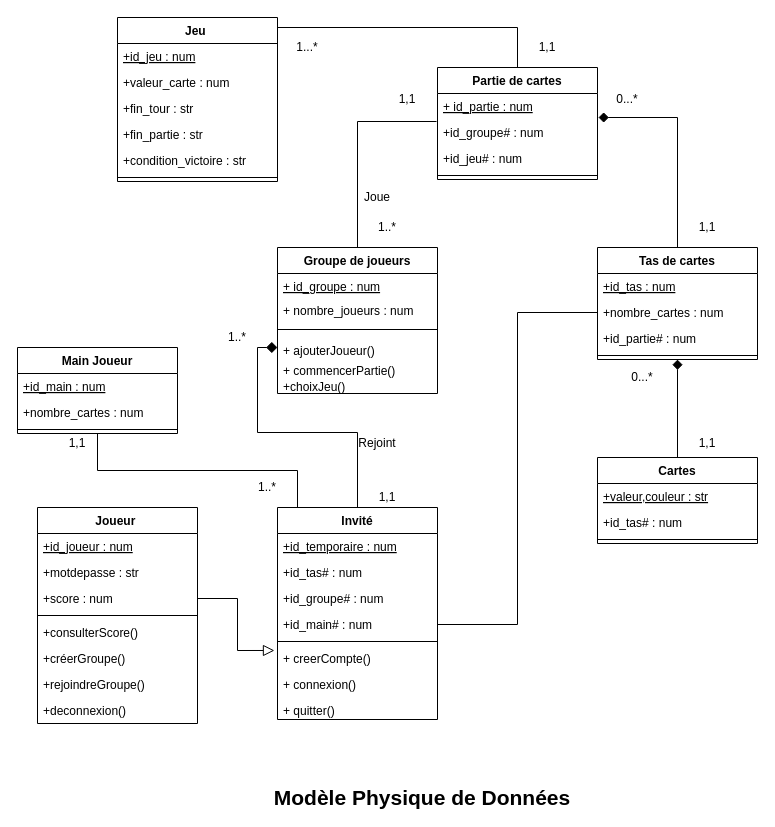
Earlier version of the draw.io diagram Diagrams/ModelePhysiqueDonnées.drawio (MailineN/ProjetInfo2A). Source tidied: cells renumbered, new cells numbered last; positions are measured from the earlier drawing's top-left corner, leaving out a move shared by most shapes. Both pictures are drawn from the tidied source at 100%, with x=0, y=0 at pixel (17, 17).
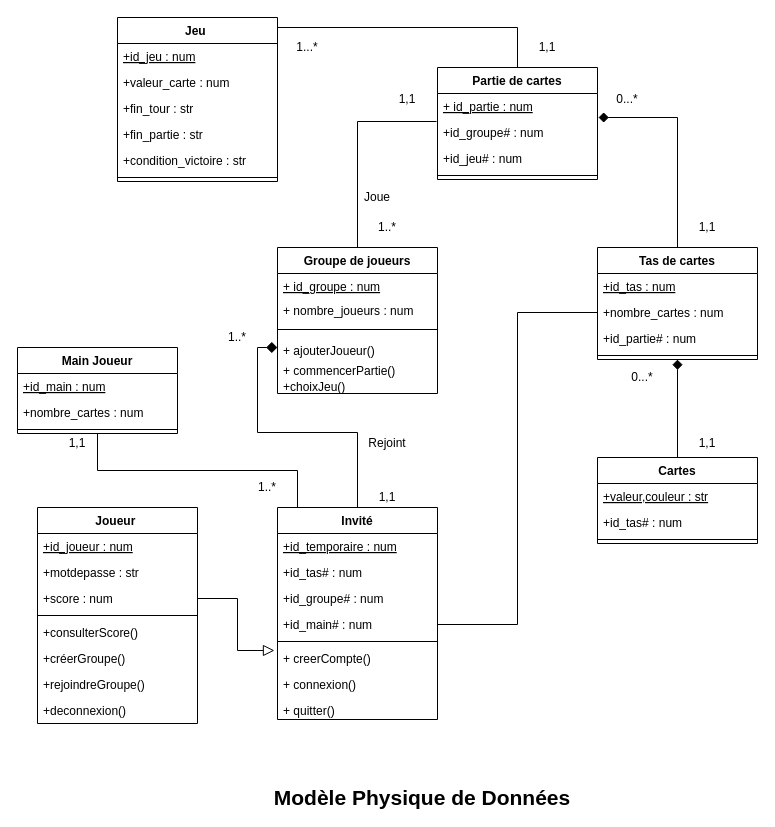
The same page after the edit.

The edit, as a diff of the source:
```diff
@@
-<mxGraphModel>
+<mxGraphModel background="#ffffff">
@@
     <mxCell id="74" value="Rejoint" style="text;html=1;strokeColor=none;fillColor=none;align=center;verticalAlign=middle;whiteSpace=wrap;rounded=0;" parent="1" vertex="1">
-      <mxGeometry x="340" y="416" width="40" height="20" as="geometry" />
+      <mxGeometry x="350" y="416" width="40" height="20" as="geometry" />
     </mxCell>
```
